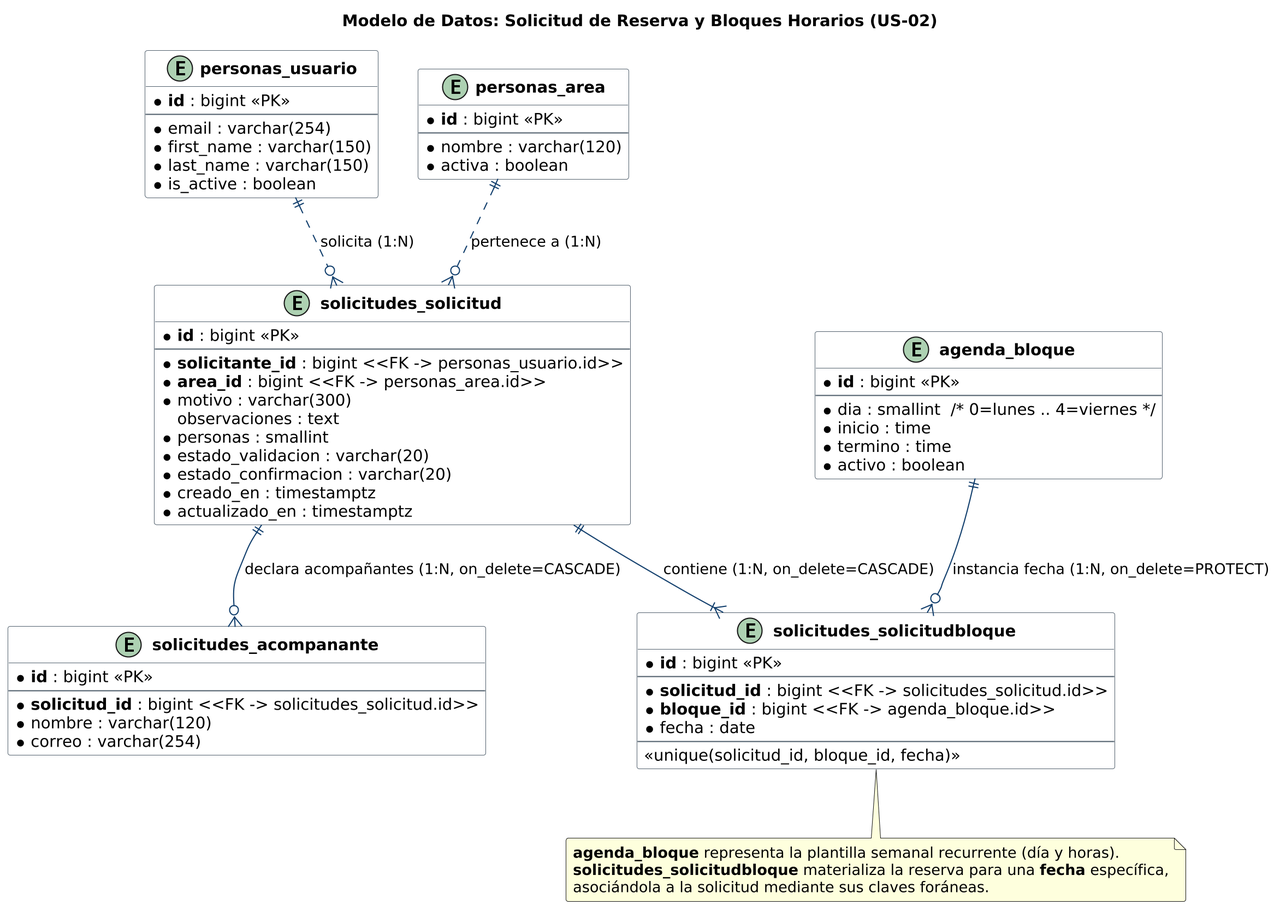
This is docs/diagramas/us-02/modelo-datos.png from darkanthem21/oev-sala-grabacion, a PlantUML export, as it was before one commit. The source it was exported from:
```plantuml
@startuml modelo-datos
skinparam dpi 200
skinparam shadowing false
skinparam roundcorner 4
skinparam class {
    BackgroundColor #FFFFFF
    ArrowColor #123F6D
    BorderColor #52606D
}

title Modelo de Datos: Solicitud de Reserva y Bloques Horarios (US-02)

entity "<b>personas_usuario</b>" as Usuario {
    * <b>id</b> : bigint <<PK>>
    --
    * email : varchar(254)
    * first_name : varchar(150)
    * last_name : varchar(150)
    * is_active : boolean
}

entity "<b>personas_area</b>" as Area {
    * <b>id</b> : bigint <<PK>>
    --
    * nombre : varchar(120)
    * activa : boolean
}

entity "<b>solicitudes_solicitud</b>" as Solicitud {
    * <b>id</b> : bigint <<PK>>
    --
    * <b>solicitante_id</b> : bigint <<FK -> personas_usuario.id>>
    * <b>area_id</b> : bigint <<FK -> personas_area.id>>
    * motivo : varchar(300)
    observaciones : text
    * personas : smallint
    * estado_validacion : varchar(20)
    * estado_confirmacion : varchar(20)
    * creado_en : timestamptz
    * actualizado_en : timestamptz
}

entity "<b>agenda_bloque</b>" as Bloque {
    * <b>id</b> : bigint <<PK>>
    --
    * dia : smallint  /* 0=lunes .. 4=viernes */
    * inicio : time
    * termino : time
    * activo : boolean
}

entity "<b>solicitudes_solicitudbloque</b>" as SolicitudBloque {
    * <b>id</b> : bigint <<PK>>
    --
    * <b>solicitud_id</b> : bigint <<FK -> solicitudes_solicitud.id>>
    * <b>bloque_id</b> : bigint <<FK -> agenda_bloque.id>>
    * fecha : date
    --
    <<unique(solicitud_id, bloque_id, fecha)>>
}

entity "<b>solicitudes_acompanante</b>" as Acompanante {
    * <b>id</b> : bigint <<PK>>
    --
    * <b>solicitud_id</b> : bigint <<FK -> solicitudes_solicitud.id>>
    * nombre : varchar(120)
    * correo : varchar(254)
}

Usuario ||..o{ Solicitud : "solicita (1:N)"
Area ||..o{ Solicitud : "pertenece a (1:N)"
Solicitud ||--|{ SolicitudBloque : "contiene (1:N, on_delete=CASCADE)"
Bloque ||--o{ SolicitudBloque : "instancia fecha (1:N, on_delete=PROTECT)"
Solicitud ||--o{ Acompanante : "declara acompañantes (1:N, on_delete=CASCADE)"

note bottom of SolicitudBloque
  <b>agenda_bloque</b> representa la plantilla semanal recurrente (día y horas).
  <b>solicitudes_solicitudbloque</b> materializa la reserva para una <b>fecha</b> específica,
  asociándola a la solicitud mediante sus claves foráneas.
end note

@enduml
```
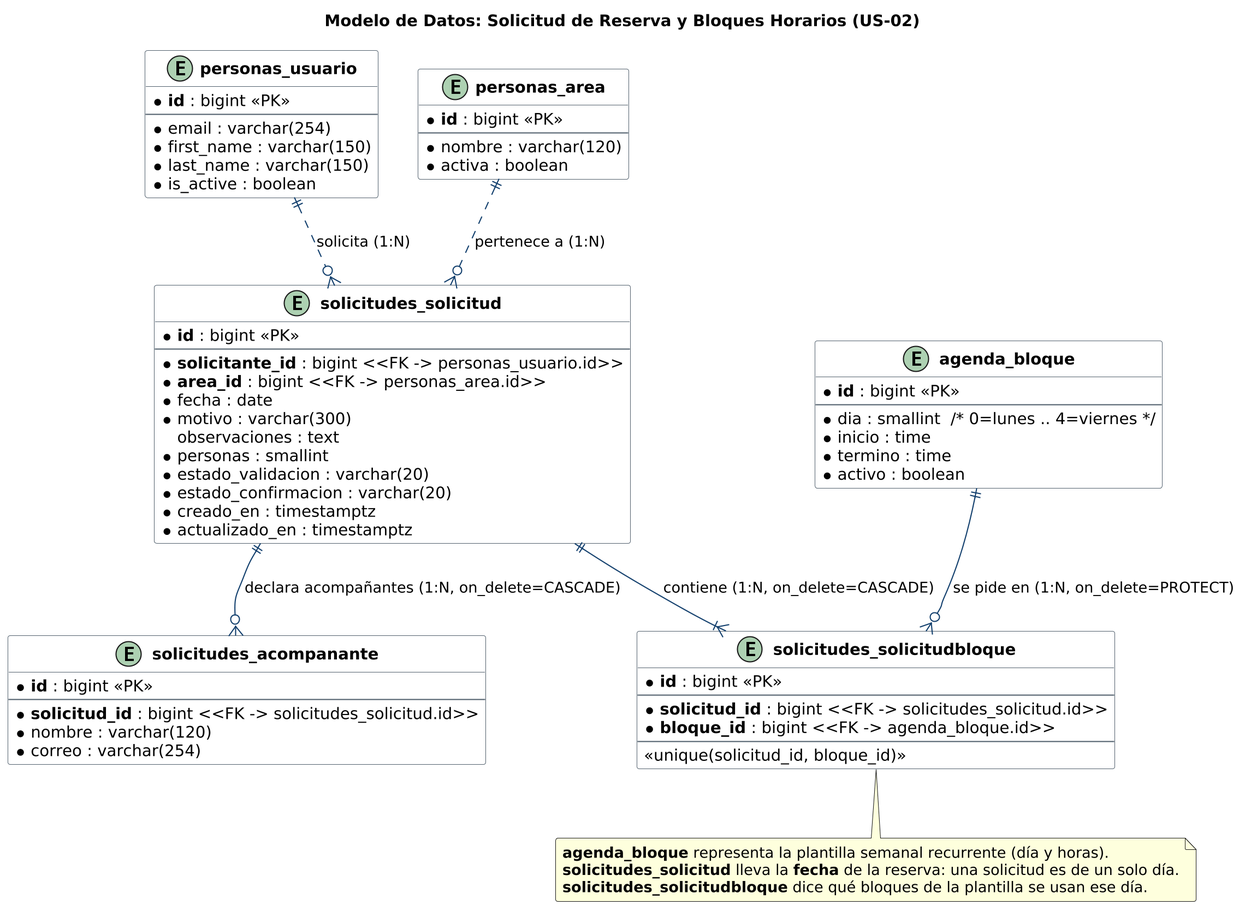
Later version of the same file.

What changed in the source:
```diff
@@ -31,6 +31,7 @@
     --
     * <b>solicitante_id</b> : bigint <<FK -> personas_usuario.id>>
     * <b>area_id</b> : bigint <<FK -> personas_area.id>>
+    * fecha : date
     * motivo : varchar(300)
     observaciones : text
     * personas : smallint
@@ -54,9 +55,8 @@
     --
     * <b>solicitud_id</b> : bigint <<FK -> solicitudes_solicitud.id>>
     * <b>bloque_id</b> : bigint <<FK -> agenda_bloque.id>>
-    * fecha : date
     --
-    <<unique(solicitud_id, bloque_id, fecha)>>
+    <<unique(solicitud_id, bloque_id)>>
 }
 
 entity "<b>solicitudes_acompanante</b>" as Acompanante {
@@ -70,13 +70,13 @@
 Usuario ||..o{ Solicitud : "solicita (1:N)"
 Area ||..o{ Solicitud : "pertenece a (1:N)"
 Solicitud ||--|{ SolicitudBloque : "contiene (1:N, on_delete=CASCADE)"
-Bloque ||--o{ SolicitudBloque : "instancia fecha (1:N, on_delete=PROTECT)"
+Bloque ||--o{ SolicitudBloque : "se pide en (1:N, on_delete=PROTECT)"
 Solicitud ||--o{ Acompanante : "declara acompañantes (1:N, on_delete=CASCADE)"
 
 note bottom of SolicitudBloque
   <b>agenda_bloque</b> representa la plantilla semanal recurrente (día y horas).
-  <b>solicitudes_solicitudbloque</b> materializa la reserva para una <b>fecha</b> específica,
-  asociándola a la solicitud mediante sus claves foráneas.
+  <b>solicitudes_solicitud</b> lleva la <b>fecha</b> de la reserva: una solicitud es de un solo día.
+  <b>solicitudes_solicitudbloque</b> dice qué bloques de la plantilla se usan ese día.
 end note
 
 @enduml
```
